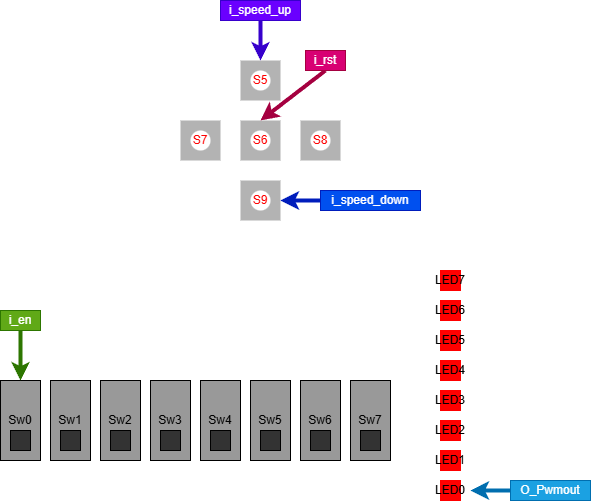
Before: 4/img/各腳位定義.png, a diagram exported from draw.io (gordonpow/lab_hardware_test). Source tidied: cells renumbered, new cells last; positions are measured from the earlier drawing's top-left corner, leaving out a move shared by most shapes.
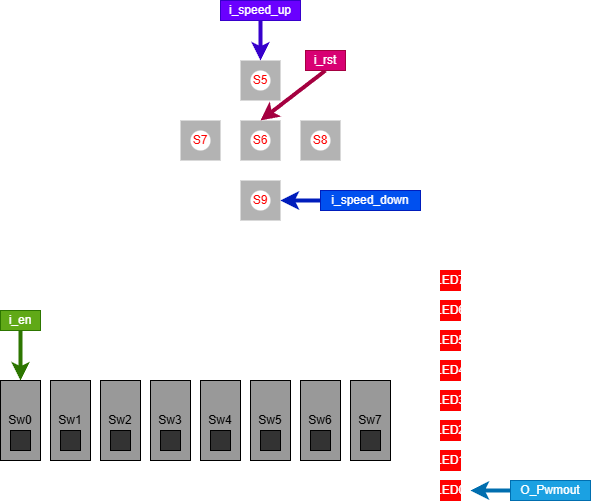
After the change.

Commit message:
docs: 更新個腳位定義LED字部分顏色顯示不顯眼

What changed in the source:
```diff
@@ -80,28 +80,28 @@
     <mxCell id="27" value="&lt;font color=&quot;#ff0000&quot;&gt;S6&lt;/font&gt;" style="ellipse;whiteSpace=wrap;html=1;strokeColor=none;fillColor=#FFFFFF;" parent="1" vertex="1">
       <mxGeometry x="250" y="130" width="20" height="20" as="geometry" />
     </mxCell>
-    <mxCell id="28" value="LED0" style="rounded=0;whiteSpace=wrap;html=1;fillColor=#FF0000;strokeColor=#FF0000;" parent="1" vertex="1">
+    <mxCell id="28" value="LED0" style="rounded=0;whiteSpace=wrap;html=1;fillColor=#FF0000;strokeColor=#FF0000;fontColor=#FFFFFF;" parent="1" vertex="1">
       <mxGeometry x="440" y="480" width="20" height="20" as="geometry" />
     </mxCell>
-    <mxCell id="29" value="LED1" style="rounded=0;whiteSpace=wrap;html=1;fillColor=#FF0000;strokeColor=#FF0000;" parent="1" vertex="1">
+    <mxCell id="29" value="LED1" style="rounded=0;whiteSpace=wrap;html=1;fillColor=#FF0000;strokeColor=#FF0000;fontColor=#FFFFFF;" parent="1" vertex="1">
       <mxGeometry x="440" y="450" width="20" height="20" as="geometry" />
     </mxCell>
-    <mxCell id="30" value="LED2" style="rounded=0;whiteSpace=wrap;html=1;fillColor=#FF0000;strokeColor=#FF0000;" parent="1" vertex="1">
+    <mxCell id="30" value="LED2" style="rounded=0;whiteSpace=wrap;html=1;fillColor=#FF0000;strokeColor=#FF0000;fontColor=#FFFFFF;" parent="1" vertex="1">
       <mxGeometry x="440" y="420" width="20" height="20" as="geometry" />
     </mxCell>
-    <mxCell id="31" value="LED3" style="rounded=0;whiteSpace=wrap;html=1;fillColor=#FF0000;strokeColor=#FF0000;" parent="1" vertex="1">
+    <mxCell id="31" value="LED3" style="rounded=0;whiteSpace=wrap;html=1;fillColor=#FF0000;strokeColor=#FF0000;fontColor=#FFFFFF;" parent="1" vertex="1">
       <mxGeometry x="440" y="390" width="20" height="20" as="geometry" />
     </mxCell>
-    <mxCell id="32" value="LED4" style="rounded=0;whiteSpace=wrap;html=1;fillColor=#FF0000;strokeColor=#FF0000;" parent="1" vertex="1">
+    <mxCell id="32" value="LED4" style="rounded=0;whiteSpace=wrap;html=1;fillColor=#FF0000;strokeColor=#FF0000;fontColor=#FFFFFF;" parent="1" vertex="1">
       <mxGeometry x="440" y="360" width="20" height="20" as="geometry" />
     </mxCell>
-    <mxCell id="33" value="LED5" style="rounded=0;whiteSpace=wrap;html=1;fillColor=#FF0000;strokeColor=#FF0000;" parent="1" vertex="1">
+    <mxCell id="33" value="LED5" style="rounded=0;whiteSpace=wrap;html=1;fillColor=#FF0000;strokeColor=#FF0000;fontColor=#FFFFFF;" parent="1" vertex="1">
       <mxGeometry x="440" y="330" width="20" height="20" as="geometry" />
     </mxCell>
-    <mxCell id="34" value="LED6" style="rounded=0;whiteSpace=wrap;html=1;fillColor=#FF0000;strokeColor=#FF0000;" parent="1" vertex="1">
+    <mxCell id="34" value="LED6" style="rounded=0;whiteSpace=wrap;html=1;fillColor=#FF0000;strokeColor=#FF0000;fontColor=#FFFFFF;" parent="1" vertex="1">
       <mxGeometry x="440" y="300" width="20" height="20" as="geometry" />
     </mxCell>
-    <mxCell id="35" value="LED7" style="rounded=0;whiteSpace=wrap;html=1;fillColor=#FF0000;strokeColor=#FF0000;" parent="1" vertex="1">
+    <mxCell id="35" value="LED7" style="rounded=0;whiteSpace=wrap;html=1;fillColor=#FF0000;strokeColor=#FF0000;fontColor=#FFFFFF;" parent="1" vertex="1">
       <mxGeometry x="440" y="270" width="20" height="20" as="geometry" />
     </mxCell>
     <mxCell id="36" style="edgeStyle=none;html=1;exitX=0.5;exitY=1;exitDx=0;exitDy=0;entryX=0.5;entryY=0;entryDx=0;entryDy=0;fillColor=#60a917;strokeColor=#2D7600;strokeWidth=4;" parent="1" edge="1" source="37" target="2">
```
